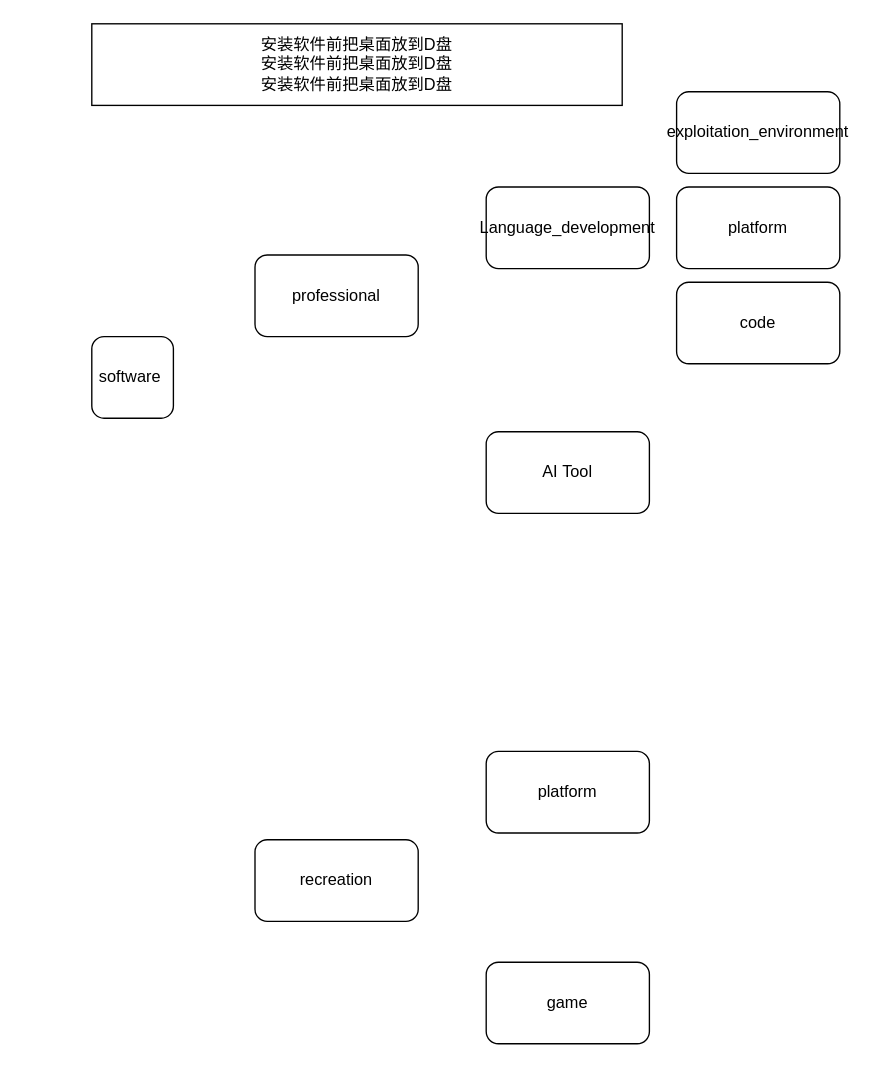
The draw.io diagram 目录.drawio in mabaoguo007/-, before the edit. Source tidied: cells renumbered, new cells numbered last; positions are measured from the earlier drawing's top-left corner, leaving out a move shared by most shapes. Both pictures are drawn from the tidied source at 136%, with x=0, y=0 at pixel (91, 23).
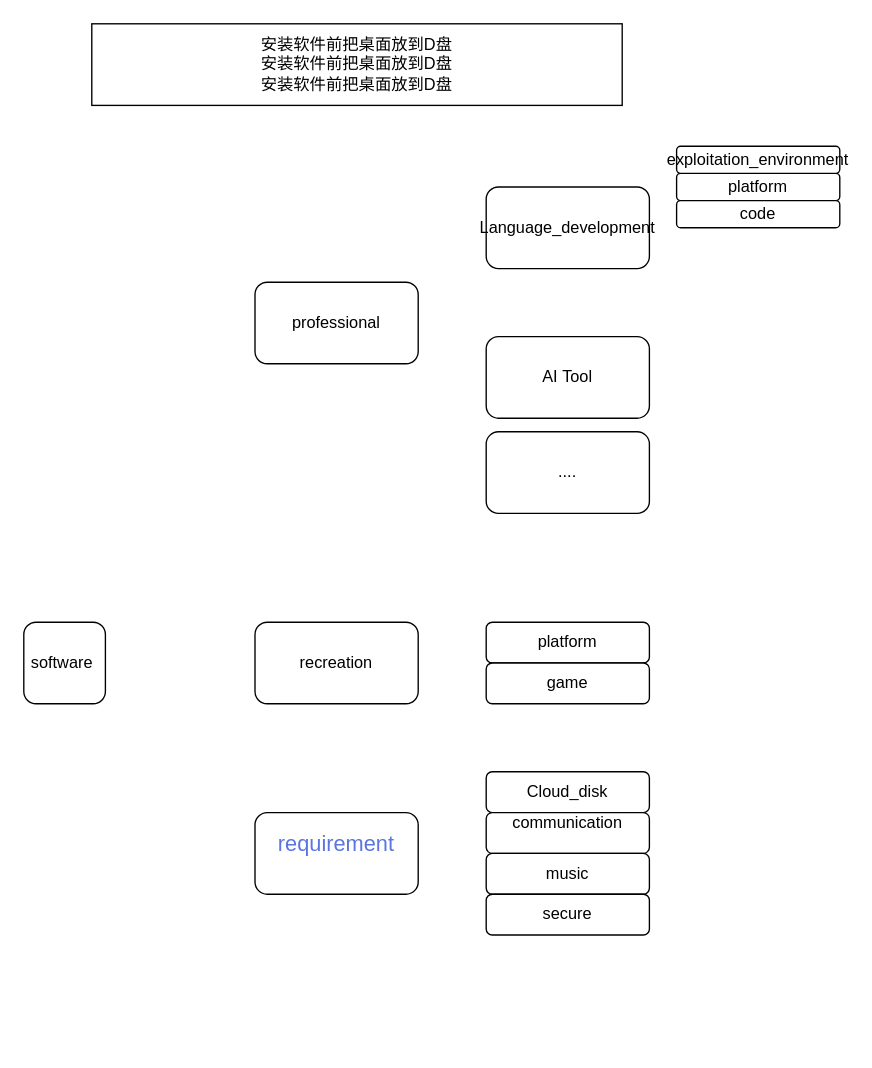
The same diagram, later.

What changed in the source:
```diff
@@
 <mxGraphModel>
   <root>
     <mxCell id="0" />
     <mxCell id="1" parent="0" />
     <mxCell id="2" value="software&amp;nbsp;" style="rounded=1;whiteSpace=wrap;html=1;" parent="1" vertex="1">
-      <mxGeometry y="230" width="60" height="60" as="geometry" />
+      <mxGeometry x="-50" y="440" width="60" height="60" as="geometry" />
     </mxCell>
     <mxCell id="3" value="professional" style="rounded=1;whiteSpace=wrap;html=1;" parent="1" vertex="1">
-      <mxGeometry x="120" y="170" width="120" height="60" as="geometry" />
+      <mxGeometry x="120" y="190" width="120" height="60" as="geometry" />
     </mxCell>
     <mxCell id="4" value="recreation" style="rounded=1;whiteSpace=wrap;html=1;" parent="1" vertex="1">
-      <mxGeometry x="120" y="600" width="120" height="60" as="geometry" />
+      <mxGeometry x="120" y="440" width="120" height="60" as="geometry" />
     </mxCell>
     <mxCell id="5" value="platform" style="rounded=1;whiteSpace=wrap;html=1;" parent="1" vertex="1">
-      <mxGeometry x="290" y="535" width="120" height="60" as="geometry" />
+      <mxGeometry x="290" y="440" width="120" height="30" as="geometry" />
     </mxCell>
     <mxCell id="6" value="game" style="rounded=1;whiteSpace=wrap;html=1;" parent="1" vertex="1">
-      <mxGeometry x="290" y="690" width="120" height="60" as="geometry" />
+      <mxGeometry x="290" y="470" width="120" height="30" as="geometry" />
     </mxCell>
     <mxCell id="7" value="Language_development" style="rounded=1;whiteSpace=wrap;html=1;" parent="1" vertex="1">
       <mxGeometry x="290" y="120" width="120" height="60" as="geometry" />
     </mxCell>
     <mxCell id="8" value="platform" style="rounded=1;whiteSpace=wrap;html=1;" parent="1" vertex="1">
-      <mxGeometry x="430" y="120" width="120" height="60" as="geometry" />
+      <mxGeometry x="430" y="110" width="120" height="20" as="geometry" />
     </mxCell>
     <mxCell id="9" value="code" style="rounded=1;whiteSpace=wrap;html=1;" parent="1" vertex="1">
-      <mxGeometry x="430" y="190" width="120" height="60" as="geometry" />
+      <mxGeometry x="430" y="130" width="120" height="20" as="geometry" />
     </mxCell>
     <mxCell id="10" value="exploitation_environment" style="rounded=1;whiteSpace=wrap;html=1;" parent="1" vertex="1">
-      <mxGeometry x="430" y="50" width="120" height="60" as="geometry" />
+      <mxGeometry x="430" y="90" width="120" height="20" as="geometry" />
     </mxCell>
     <mxCell id="11" value="AI&amp;nbsp;Tool" style="rounded=1;whiteSpace=wrap;html=1;" parent="1" vertex="1">
-      <mxGeometry x="290" y="300" width="120" height="60" as="geometry" />
+      <mxGeometry x="290" y="230" width="120" height="60" as="geometry" />
     </mxCell>
     <mxCell id="12" value="安装软件前把桌面放到D盘&lt;div&gt;安装软件前把桌面放到D盘&lt;br&gt;&lt;/div&gt;&lt;div&gt;安装软件前把桌面放到D盘&lt;/div&gt;" style="rounded=0;whiteSpace=wrap;html=1;" parent="1" vertex="1">
       <mxGeometry width="390" height="60" as="geometry" />
     </mxCell>
+    <mxCell id="13" value="...." style="rounded=1;whiteSpace=wrap;html=1;" parent="1" vertex="1">
+      <mxGeometry x="290" y="300" width="120" height="60" as="geometry" />
+    </mxCell>
+    <mxCell id="14" value="Cloud_disk" style="rounded=1;whiteSpace=wrap;html=1;" parent="1" vertex="1">
+      <mxGeometry x="290" y="550" width="120" height="30" as="geometry" />
+    </mxCell>
+    <mxCell id="15" value="&#10;&lt;span style=&quot;color: rgb(90, 117, 224); font-family: PingFangSC-Regular, &amp;quot;Microsoft YaHei&amp;quot;, Segoe&amp;nbsp;UI&amp;nbsp;Variable&amp;nbsp;Static&amp;nbsp;Display; font-size: 16px; font-style: normal; font-variant-ligatures: normal; font-variant-caps: normal; font-weight: 400; letter-spacing: normal; orphans: 2; text-align: start; text-indent: 0px; text-transform: none; widows: 2; word-spacing: 0px; -webkit-text-stroke-width: 0px; white-space: normal; background-color: rgb(255, 255, 255); text-decoration-thickness: initial; text-decoration-style: initial; text-decoration-color: initial; display: inline !important; float: none;&quot;&gt;requirement&lt;/span&gt;&#10;&#10;" style="rounded=1;whiteSpace=wrap;html=1;" parent="1" vertex="1">
+      <mxGeometry x="120" y="580" width="120" height="60" as="geometry" />
+    </mxCell>
+    <mxCell id="16" value="&lt;div&gt;communication&lt;/div&gt;&lt;div&gt;&lt;br&gt;&lt;/div&gt;" style="rounded=1;whiteSpace=wrap;html=1;" parent="1" vertex="1">
+      <mxGeometry x="290" y="580" width="120" height="30" as="geometry" />
+    </mxCell>
+    <mxCell id="17" value="music" style="rounded=1;whiteSpace=wrap;html=1;" parent="1" vertex="1">
+      <mxGeometry x="290" y="610" width="120" height="30" as="geometry" />
+    </mxCell>
+    <mxCell id="18" value="secure" style="rounded=1;whiteSpace=wrap;html=1;" parent="1" vertex="1">
+      <mxGeometry x="290" y="640" width="120" height="30" as="geometry" />
+    </mxCell>
   </root>
 </mxGraphModel>
```
